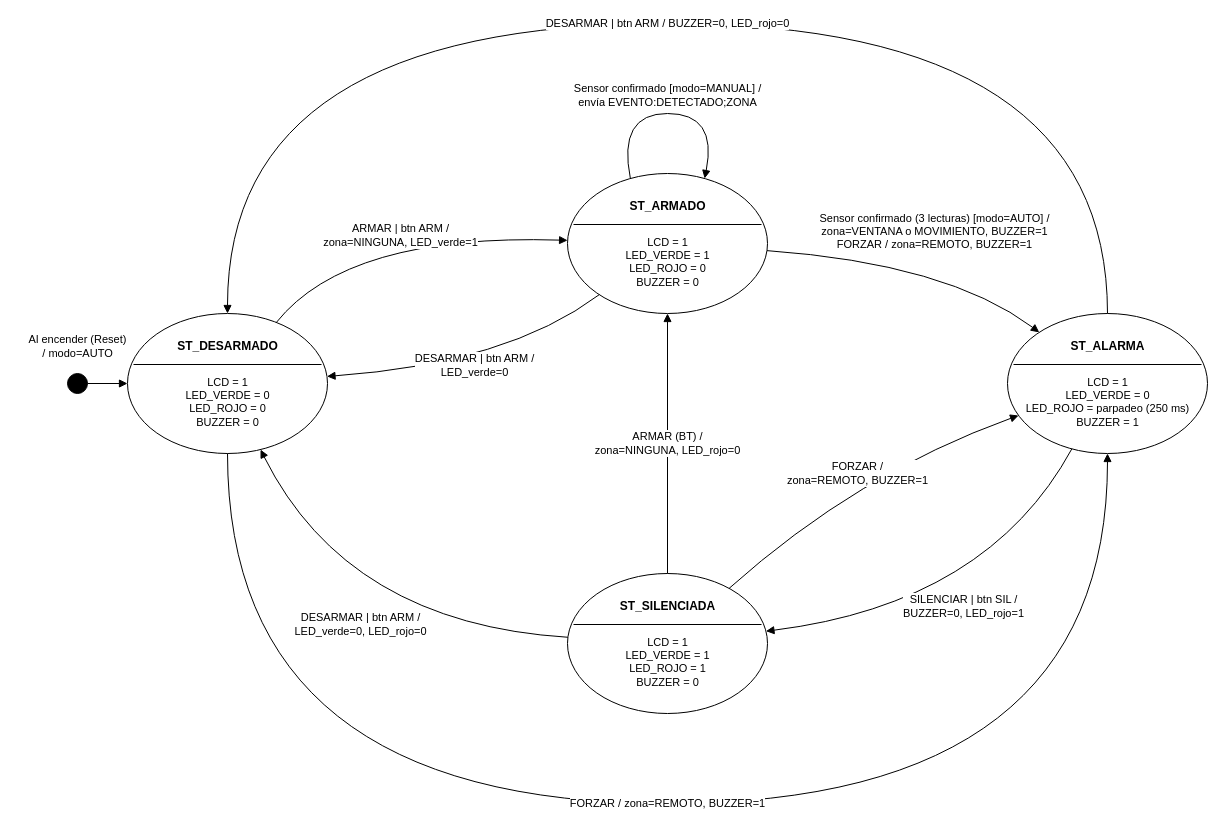
Tony-b98/Tec_Micro keeps this draw.io diagram as Lab4/Documentacion/Diagrama de estados/ParteC/diagrama_estados_alarma.drawio. Above is the earlier version. Source tidied: cells renumbered, new cells numbered last; positions are measured from the earlier drawing's top-left corner, leaving out a move shared by most shapes. Both pictures are drawn from the tidied source at 100%, with x=0, y=0 at pixel (17, 23).
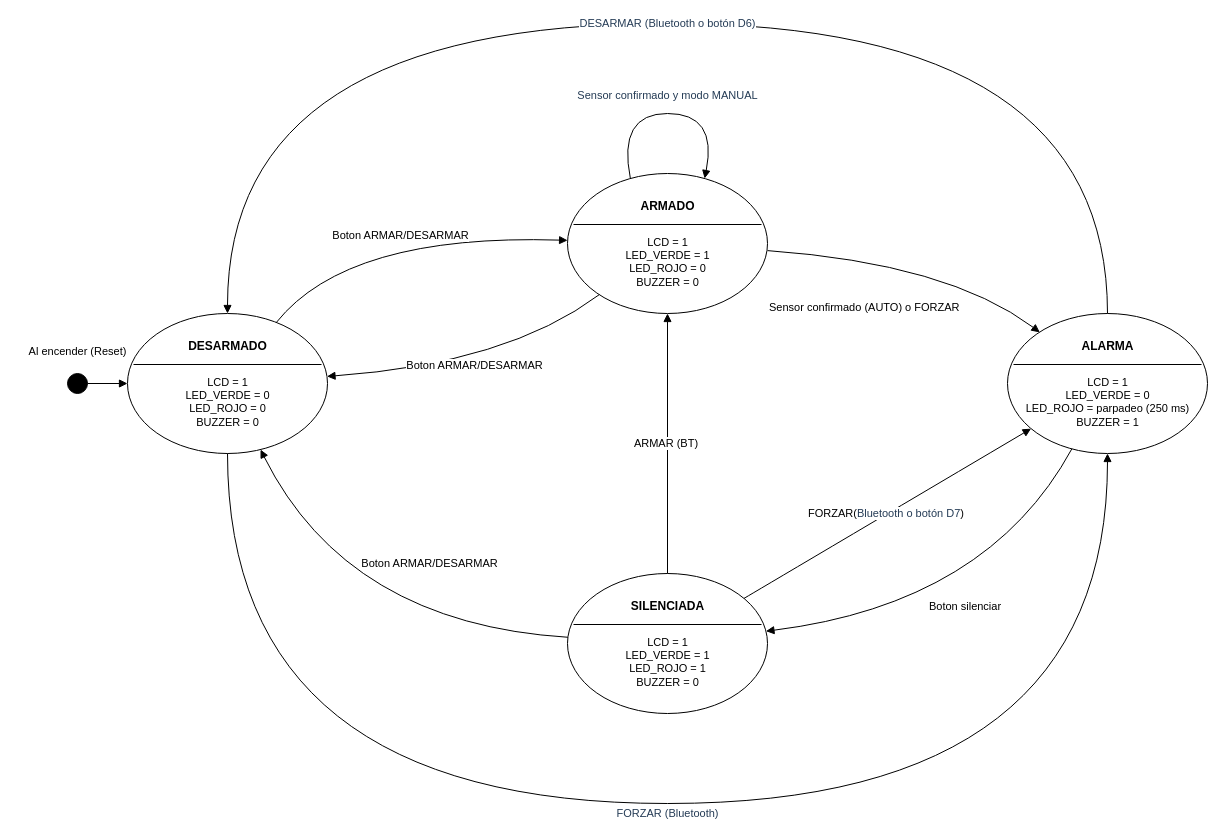
The same page after the edit.

Unchanged cells that the change refers to:
```xml
<mxCell id="4" style="ellipse;whiteSpace=wrap;html=1;fillColor=#FFFFFF;strokeColor=#000000;" parent="1" vertex="1">
  <mxGeometry x="110" y="290" width="200" height="140" as="geometry" />
</mxCell>
<mxCell id="8" style="ellipse;whiteSpace=wrap;html=1;fillColor=#FFFFFF;strokeColor=#000000;" parent="1" vertex="1">
  <mxGeometry x="550" y="150" width="200" height="140" as="geometry" />
</mxCell>
<mxCell id="12" style="ellipse;whiteSpace=wrap;html=1;fillColor=#FFFFFF;strokeColor=#000000;" parent="1" vertex="1">
  <mxGeometry x="990" y="290" width="200" height="140" as="geometry" />
</mxCell>
<mxCell id="16" style="ellipse;whiteSpace=wrap;html=1;fillColor=#FFFFFF;strokeColor=#000000;" parent="1" vertex="1">
  <mxGeometry x="550" y="550" width="200" height="140" as="geometry" />
</mxCell>
```

Diff of the diagram source:
```diff
@@
-    <mxCell id="3" value="Al encender (Reset)&lt;br&gt;/ modo=AUTO" style="text;html=1;align=center;verticalAlign=middle;fontSize=11;" parent="1" vertex="1">
-      <mxGeometry y="305" width="120" height="35" as="geometry" />
+    <mxCell id="3" value="Al encender (Reset)&lt;div&gt;&lt;br/&gt;&lt;/div&gt;" style="text;html=1;align=center;verticalAlign=middle;fontSize=11;" parent="1" vertex="1">
+      <mxGeometry y="330" width="120" height="10" as="geometry" />
     </mxCell>
@@
-    <mxCell id="5" value="ST_DESARMADO" style="text;html=1;align=center;verticalAlign=middle;fontStyle=1;fontSize=12;" parent="4" vertex="1">
+    <mxCell id="5" value="DESARMADO" style="text;html=1;align=center;verticalAlign=middle;fontStyle=1;fontSize=12;" parent="4" vertex="1">
       <mxGeometry x="10" y="22" width="180" height="22" as="geometry" />
     </mxCell>
@@
-    <mxCell id="9" value="ST_ARMADO" style="text;html=1;align=center;verticalAlign=middle;fontStyle=1;fontSize=12;" parent="8" vertex="1">
+    <mxCell id="9" value="ARMADO" style="text;html=1;align=center;verticalAlign=middle;fontStyle=1;fontSize=12;" parent="8" vertex="1">
       <mxGeometry x="10" y="22" width="180" height="22" as="geometry" />
     </mxCell>
@@
-    <mxCell id="13" value="ST_ALARMA" style="text;html=1;align=center;verticalAlign=middle;fontStyle=1;fontSize=12;" parent="12" vertex="1">
+    <mxCell id="13" value="ALARMA" style="text;html=1;align=center;verticalAlign=middle;fontStyle=1;fontSize=12;" parent="12" vertex="1">
       <mxGeometry x="10" y="22" width="180" height="22" as="geometry" />
     </mxCell>
@@
-    <mxCell id="17" value="ST_SILENCIADA" style="text;html=1;align=center;verticalAlign=middle;fontStyle=1;fontSize=12;" parent="16" vertex="1">
+    <mxCell id="17" value="SILENCIADA" style="text;html=1;align=center;verticalAlign=middle;fontStyle=1;fontSize=12;" parent="16" vertex="1">
       <mxGeometry x="10" y="22" width="180" height="22" as="geometry" />
     </mxCell>
@@
-    <mxCell id="21" value="ARMAR | btn ARM /&lt;br&gt;zona=NINGUNA, LED_verde=1" style="endArrow=block;endFill=1;html=1;curved=1;fontSize=11;labelBackgroundColor=#FFFFFF;" parent="1" edge="1" source="4" target="8">
+    <mxCell id="21" value="Boton ARMAR/DESARMAR" style="endArrow=block;endFill=1;html=1;curved=1;fontSize=11;labelBackgroundColor=#FFFFFF;" parent="1" edge="1" source="4" target="8">
       <mxGeometry relative="1" as="geometry">
         <Array as="points">
           <mxPoint x="330" y="210" />
         </Array>
       </mxGeometry>
     </mxCell>
-    <mxCell id="22" value="DESARMAR | btn ARM /&lt;br&gt;LED_verde=0" style="endArrow=block;endFill=1;html=1;curved=1;fontSize=11;labelBackgroundColor=#FFFFFF;" parent="1" edge="1" source="8" target="4">
+    <mxCell id="22" value="Boton ARMAR/DESARMAR" style="endArrow=block;endFill=1;html=1;curved=1;fontSize=11;labelBackgroundColor=#FFFFFF;" parent="1" edge="1" source="8" target="4">
       <mxGeometry relative="1" as="geometry">
         <Array as="points">
           <mxPoint x="490" y="340" />
         </Array>
       </mxGeometry>
     </mxCell>
-    <mxCell id="23" value="Sensor confirmado [modo=MANUAL] /&lt;br&gt;envía EVENTO:DETECTADO;ZONA" style="endArrow=block;endFill=1;html=1;curved=1;fontSize=11;labelBackgroundColor=#FFFFFF;exitX=0.3;exitY=0;exitDx=0;exitDy=0;entryX=0.7;entryY=0;entryDx=0;entryDy=0;" parent="1" edge="1" source="8" target="8">
-      <mxGeometry relative="1" as="geometry">
+    <mxCell id="23" value="&lt;span style=&quot;color: rgb(36, 59, 85);&quot;&gt;&lt;font&gt;Sensor confirmado y modo MANUAL&lt;/font&gt;&lt;/span&gt;" style="endArrow=block;endFill=1;html=1;curved=1;fontSize=11;labelBackgroundColor=#FFFFFF;exitX=0.3;exitY=0;exitDx=0;exitDy=0;entryX=0.7;entryY=0;entryDx=0;entryDy=0;" parent="1" edge="1" source="8" target="8">
+      <mxGeometry y="18" relative="1" as="geometry">
         <Array as="points">
           <mxPoint x="600" y="90" />
           <mxPoint x="700" y="90" />
         </Array>
-        <mxPoint y="-18" as="offset" />
       </mxGeometry>
     </mxCell>
-    <mxCell id="24" value="Sensor confirmado (3 lecturas) [modo=AUTO] /&lt;br&gt;zona=VENTANA o MOVIMIENTO, BUZZER=1&lt;br&gt;FORZAR / zona=REMOTO, BUZZER=1" style="endArrow=block;endFill=1;html=1;curved=1;fontSize=11;labelBackgroundColor=#FFFFFF;" parent="1" edge="1" source="8" target="12">
+    <mxCell id="24" style="endArrow=block;endFill=1;html=1;curved=1;fontSize=11;labelBackgroundColor=#FFFFFF;" parent="1" edge="1">
       <mxGeometry relative="1" as="geometry">
+        <mxPoint x="750" y="227.1" as="sourcePoint" />
+        <mxPoint x="1022.3" y="308.8" as="targetPoint" />
         <Array as="points">
-          <mxPoint x="930" y="240" />
+          <mxPoint x="930.5" y="240" />
         </Array>
         <mxPoint x="20" y="-30" as="offset" />
       </mxGeometry>
     </mxCell>
-    <mxCell id="25" value="SILENCIAR | btn SIL /&lt;br&gt;BUZZER=0, LED_rojo=1" style="endArrow=block;endFill=1;html=1;curved=1;fontSize=11;labelBackgroundColor=#FFFFFF;" parent="1" edge="1" source="12" target="16">
+    <mxCell id="25" value="&amp;nbsp;Boton silenciar" style="endArrow=block;endFill=1;html=1;curved=1;fontSize=11;labelBackgroundColor=#FFFFFF;" parent="1" edge="1" source="12" target="16">
       <mxGeometry relative="1" as="geometry">
         <Array as="points">
           <mxPoint x="970" y="580" />
         </Array>
       </mxGeometry>
     </mxCell>
-    <mxCell id="26" value="FORZAR /&lt;br&gt;zona=REMOTO, BUZZER=1" style="endArrow=block;endFill=1;html=1;curved=1;fontSize=11;labelBackgroundColor=#FFFFFF;" parent="1" edge="1" source="16" target="12">
-      <mxGeometry relative="1" as="geometry">
-        <Array as="points">
-          <mxPoint x="840" y="450" />
-        </Array>
-      </mxGeometry>
+    <mxCell id="26" value="FORZAR(&lt;span style=&quot;color: rgb(36, 59, 85);&quot;&gt;&lt;font&gt;Bluetooth o botón D7&lt;/font&gt;&lt;/span&gt;)&amp;nbsp;" style="endArrow=block;endFill=1;html=1;curved=1;fontSize=11;labelBackgroundColor=#FFFFFF;" parent="1" edge="1" source="16" target="12">
+      <mxGeometry relative="1" as="geometry" />
     </mxCell>
-    <mxCell id="27" value="ARMAR (BT) /&lt;br&gt;zona=NINGUNA, LED_rojo=0" style="endArrow=block;endFill=1;html=1;rounded=0;fontSize=11;labelBackgroundColor=#FFFFFF;exitX=0.5;exitY=0;exitDx=0;exitDy=0;entryX=0.5;entryY=1;entryDx=0;entryDy=0;" parent="1" edge="1" source="16" target="8">
+    <mxCell id="27" value="ARMAR (BT)&amp;nbsp;" style="endArrow=block;endFill=1;html=1;rounded=0;fontSize=11;labelBackgroundColor=#FFFFFF;exitX=0.5;exitY=0;exitDx=0;exitDy=0;entryX=0.5;entryY=1;entryDx=0;entryDy=0;" parent="1" edge="1" source="16" target="8">
       <mxGeometry relative="1" as="geometry" />
     </mxCell>
-    <mxCell id="28" value="DESARMAR | btn ARM /&lt;br&gt;LED_verde=0, LED_rojo=0" style="endArrow=block;endFill=1;html=1;curved=1;fontSize=11;labelBackgroundColor=#FFFFFF;" parent="1" edge="1" source="16" target="4">
-      <mxGeometry relative="1" as="geometry">
+    <mxCell id="28" value="Boton ARMAR/DESARMAR" style="endArrow=block;endFill=1;html=1;curved=1;fontSize=11;labelBackgroundColor=#FFFFFF;" parent="1" edge="1" source="16" target="4">
+      <mxGeometry x="-0.31" y="-65" relative="1" as="geometry">
         <Array as="points">
           <mxPoint x="330" y="600" />
         </Array>
       </mxGeometry>
     </mxCell>
-    <mxCell id="29" value="DESARMAR | btn ARM / BUZZER=0, LED_rojo=0" style="endArrow=block;endFill=1;html=1;curved=1;fontSize=11;labelBackgroundColor=#FFFFFF;exitX=0.5;exitY=0;exitDx=0;exitDy=0;entryX=0.5;entryY=0;entryDx=0;entryDy=0;" parent="1" edge="1" source="12" target="4">
+    <mxCell id="29" value="&lt;span style=&quot;color: rgb(36, 59, 85);&quot;&gt;&lt;font&gt;DESARMAR (Bluetooth o botón D6)&lt;/font&gt;&lt;/span&gt;" style="endArrow=block;endFill=1;html=1;curved=1;fontSize=11;labelBackgroundColor=#FFFFFF;exitX=0.5;exitY=0;exitDx=0;exitDy=0;entryX=0.5;entryY=0;entryDx=0;entryDy=0;" parent="1" edge="1" source="12" target="4">
       <mxGeometry relative="1" as="geometry">
         <Array as="points">
           <mxPoint x="1090" />
           <mxPoint x="210" />
         </Array>
       </mxGeometry>
     </mxCell>
-    <mxCell id="30" value="FORZAR / zona=REMOTO, BUZZER=1" style="endArrow=block;endFill=1;html=1;curved=1;fontSize=11;labelBackgroundColor=#FFFFFF;exitX=0.5;exitY=1;exitDx=0;exitDy=0;entryX=0.5;entryY=1;entryDx=0;entryDy=0;" parent="1" edge="1" source="4" target="12">
-      <mxGeometry relative="1" as="geometry">
+    <mxCell id="30" value="&lt;span style=&quot;color: rgb(36, 59, 85);&quot;&gt;&lt;font&gt;FORZAR (Bluetooth)&lt;/font&gt;&lt;/span&gt;" style="endArrow=block;endFill=1;html=1;curved=1;fontSize=11;labelBackgroundColor=#FFFFFF;exitX=0.5;exitY=1;exitDx=0;exitDy=0;entryX=0.5;entryY=1;entryDx=0;entryDy=0;" parent="1" edge="1" source="4" target="12">
+      <mxGeometry y="-10" relative="1" as="geometry">
         <Array as="points">
           <mxPoint x="210" y="780" />
           <mxPoint x="1090" y="780" />
         </Array>
       </mxGeometry>
     </mxCell>
+    <mxCell id="31" value="&lt;font style=&quot;font-size: 11px;&quot;&gt;Sensor confirmado (AUTO) o FORZAR&lt;/font&gt;" style="text;whiteSpace=wrap;html=1;" parent="1" vertex="1">
+      <mxGeometry x="750" y="270" width="240" height="40" as="geometry" />
+    </mxCell>
```
